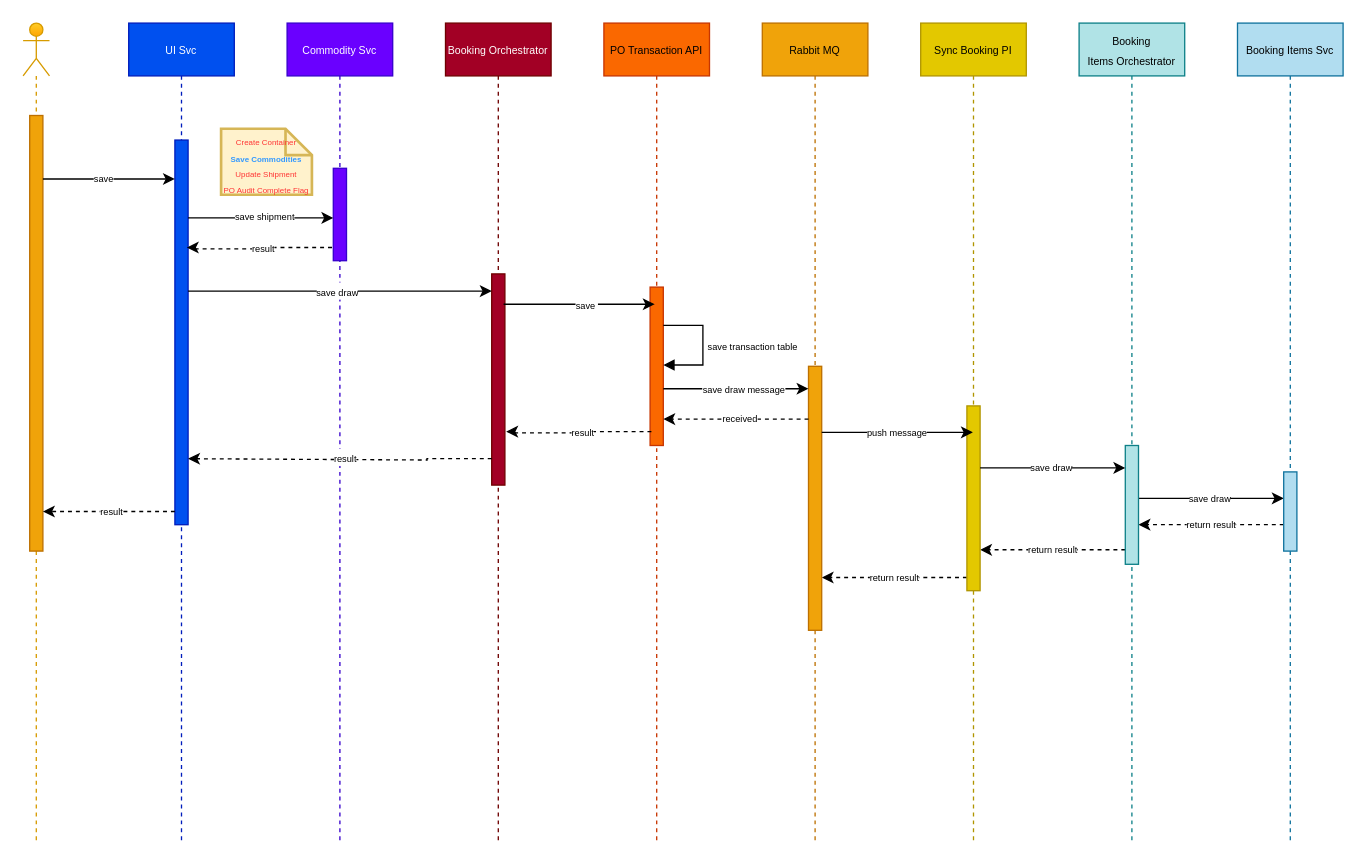
Before: page "SIA Save" (3 of 4) of PO Architecure.drawio in TommyVV/chr-diagrams, a draw.io diagram. Source tidied: cells renumbered, new cells numbered last; positions are measured from the earlier drawing's top-left corner, leaving out a move shared by most shapes. Both pictures are drawn from the tidied source at 132%, with x=0, y=0 at pixel (22, 22).
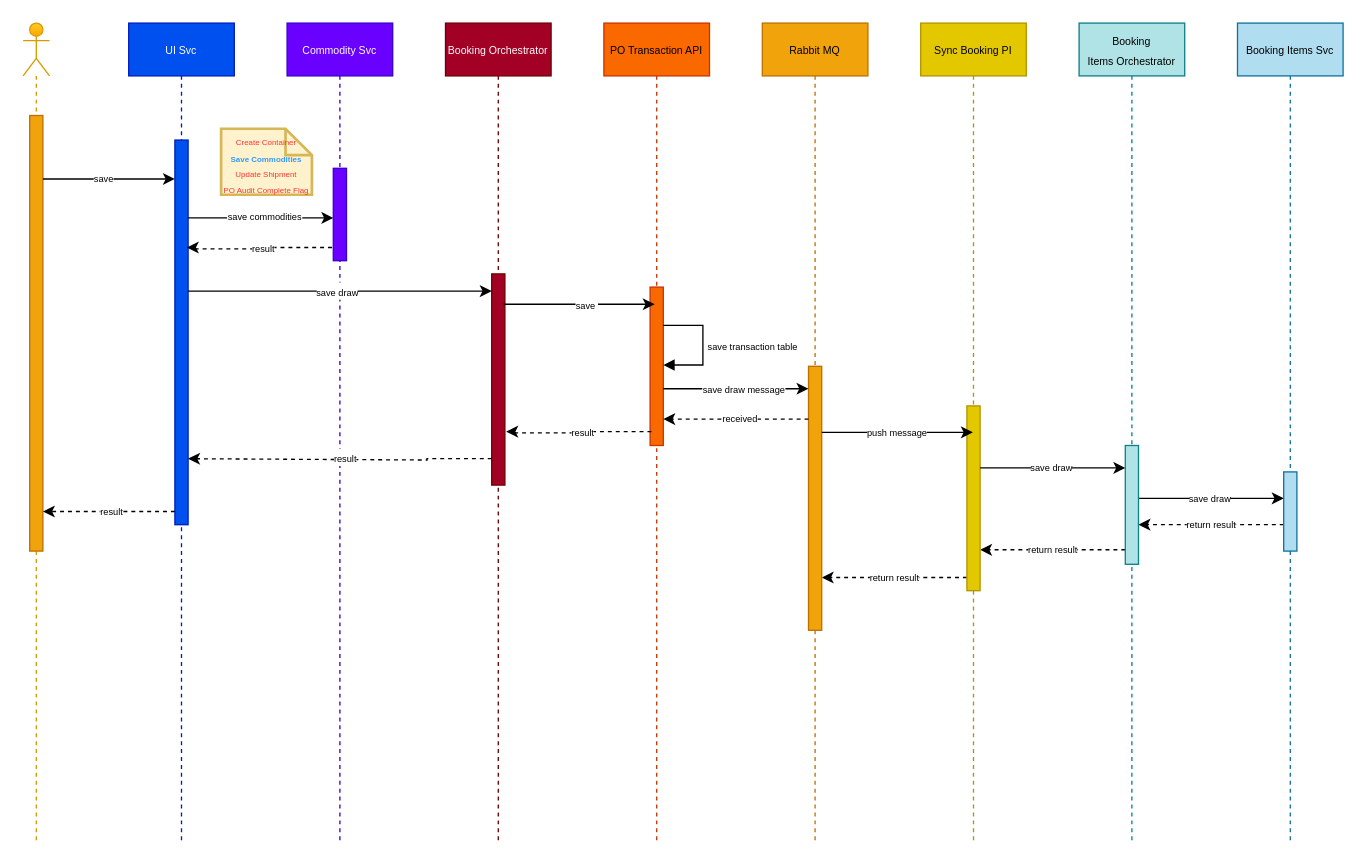
After the change.

The change refers to these unchanged cells:
```xml
<mxCell id="21" style="edgeStyle=orthogonalEdgeStyle;rounded=0;orthogonalLoop=1;jettySize=auto;html=1;curved=0;" parent="11" edge="1">
  <mxGeometry relative="1" as="geometry">
    <mxPoint x="125" y="147.6" as="sourcePoint" />
    <mxPoint x="235" y="147.6" as="targetPoint" />
  </mxGeometry>
</mxCell>
```

Diff of the diagram source:
```diff
@@
-    <mxCell id="22" value="&lt;font style=&quot;font-size: 7px;&quot;&gt;save shipment&lt;/font&gt;" style="edgeLabel;html=1;align=center;verticalAlign=middle;" parent="21" vertex="1">
+    <mxCell id="22" value="&lt;font style=&quot;font-size: 7px;&quot;&gt;save commodities&lt;/font&gt;" style="edgeLabel;html=1;align=center;verticalAlign=middle;" parent="21" vertex="1">
       <mxGeometry x="0.04" y="2" relative="1" as="geometry" />
     </mxCell>
```
